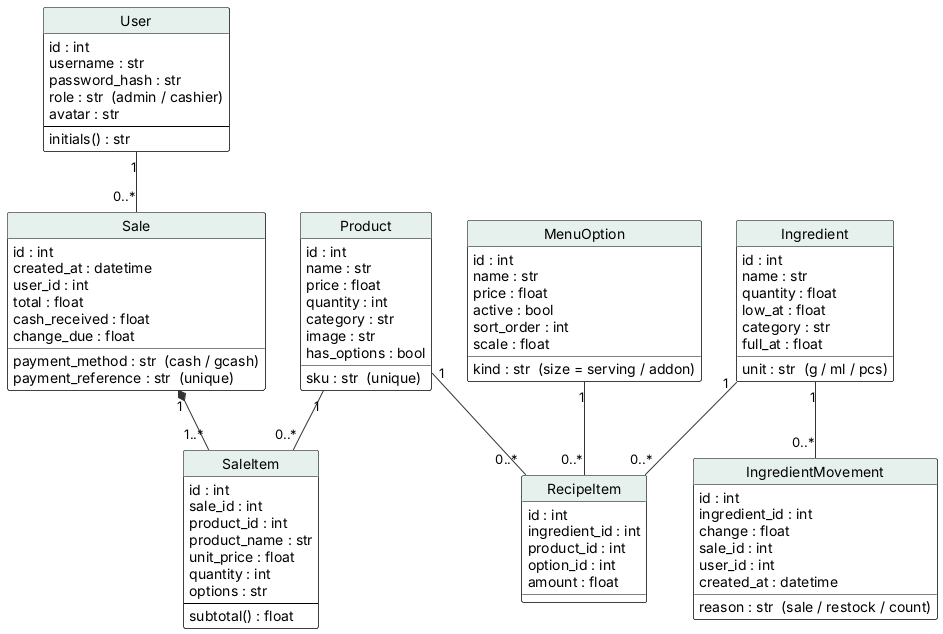
Above: diagrams/uml/19_class_model.png in JmlAsync/inventory-pos-system (PlantUML), before the change.
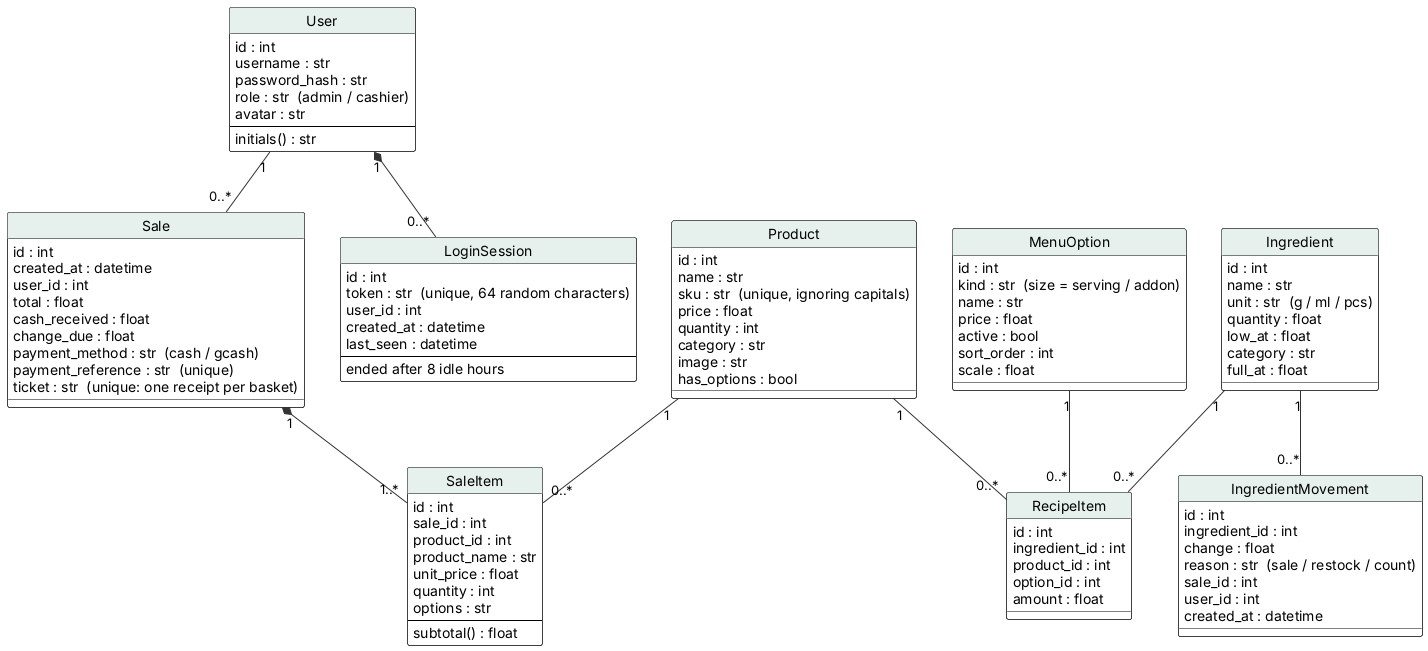
The same diagram one commit later.

Diff of the diagram source:
```diff
@@ -41,7 +41,7 @@
   id : int
   username : str
   password_hash : str
-  role : str  (admin / cashier)
+  {field} role : str  (admin / cashier)
   avatar : str
   --
   initials() : str
@@ -49,7 +49,7 @@
 class Product {
   id : int
   name : str
-  sku : str  (unique)
+  {field} sku : str  (unique, ignoring capitals)
   price : float
   quantity : int
   category : str
@@ -63,8 +63,9 @@
   total : float
   cash_received : float
   change_due : float
-  payment_method : str  (cash / gcash)
-  payment_reference : str  (unique)
+  {field} payment_method : str  (cash / gcash)
+  {field} payment_reference : str  (unique)
+  {field} ticket : str  (unique: one receipt per basket)
 }
 class SaleItem {
   id : int
@@ -79,7 +80,7 @@
 }
 class MenuOption {
   id : int
-  kind : str  (size = serving / addon)
+  {field} kind : str  (size = serving / addon)
   name : str
   price : float
   active : bool
@@ -89,7 +90,7 @@
 class Ingredient {
   id : int
   name : str
-  unit : str  (g / ml / pcs)
+  {field} unit : str  (g / ml / pcs)
   quantity : float
   low_at : float
   category : str
@@ -106,10 +107,19 @@
   id : int
   ingredient_id : int
   change : float
-  reason : str  (sale / restock / count)
+  {field} reason : str  (sale / restock / count)
   sale_id : int
   user_id : int
   created_at : datetime
+}
+class LoginSession {
+  id : int
+  {field} token : str  (unique, 64 random characters)
+  user_id : int
+  created_at : datetime
+  last_seen : datetime
+  --
+  ended after 8 idle hours
 }
 User "1" -- "0..*" Sale
 Sale "1" *-- "1..*" SaleItem
@@ -118,4 +128,5 @@
 Product "1" -- "0..*" RecipeItem
 MenuOption "1" -- "0..*" RecipeItem
 Ingredient "1" -- "0..*" IngredientMovement
+User "1" *-- "0..*" LoginSession
 @enduml
```
